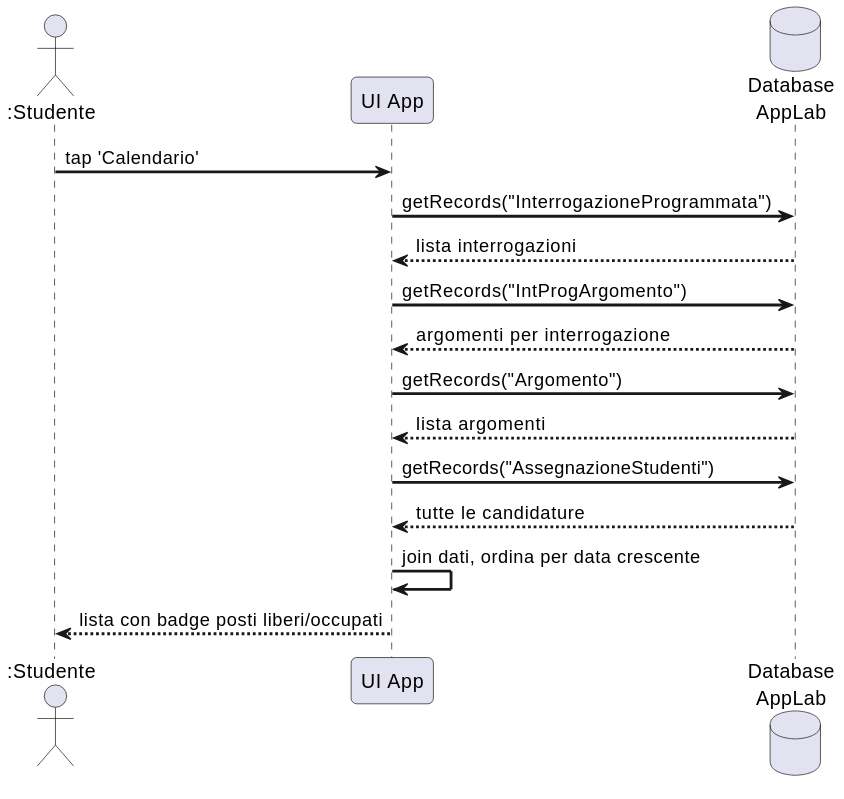
Earlier version of the PlantUML export images/sd-calendario.svg (gionatamassibenincasa/study-together).
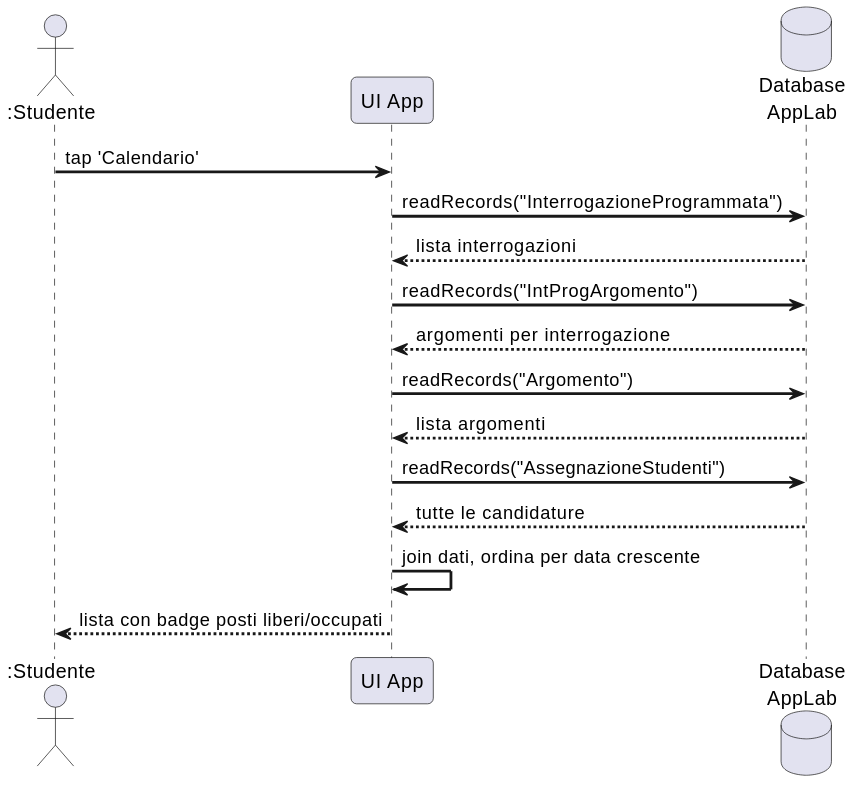
After the commit.

The edit, as a diff of the source:
```diff
@@ -7,16 +7,16 @@
 database "Database\nAppLab" as DB
 
 S -> UI : tap 'Calendario'
-UI -> DB : getRecords("InterrogazioneProgrammata")
+UI -> DB : readRecords("InterrogazioneProgrammata")
 DB --> UI : lista interrogazioni
 
-UI -> DB : getRecords("IntProgArgomento")
+UI -> DB : readRecords("IntProgArgomento")
 DB --> UI : argomenti per interrogazione
 
-UI -> DB : getRecords("Argomento")
+UI -> DB : readRecords("Argomento")
 DB --> UI : lista argomenti
 
-UI -> DB : getRecords("AssegnazioneStudenti")
+UI -> DB : readRecords("AssegnazioneStudenti")
 DB --> UI : tutte le candidature
 
 UI -> UI : join dati, ordina per data crescente
```
